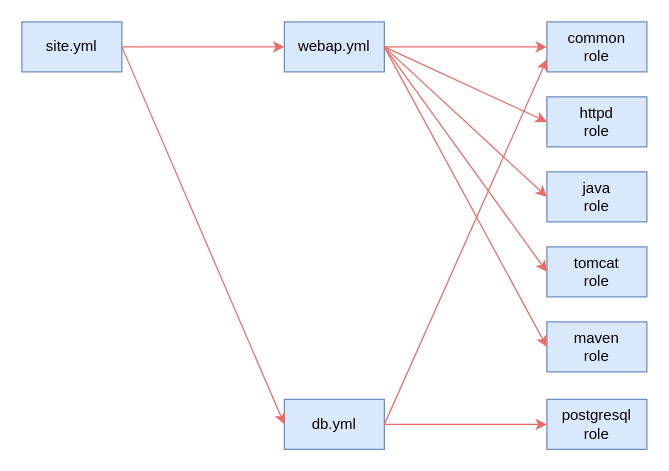
Before: page "ページ3" (3 of 3) of big-ip.drawio in muroya2355/aws_performance_test, a draw.io diagram. Source tidied: cells renumbered, new cells numbered last; positions are measured from the earlier drawing's top-left corner, leaving out a move shared by most shapes. Both pictures are drawn from the tidied source at 125%, with x=0, y=0 at pixel (21, 21).
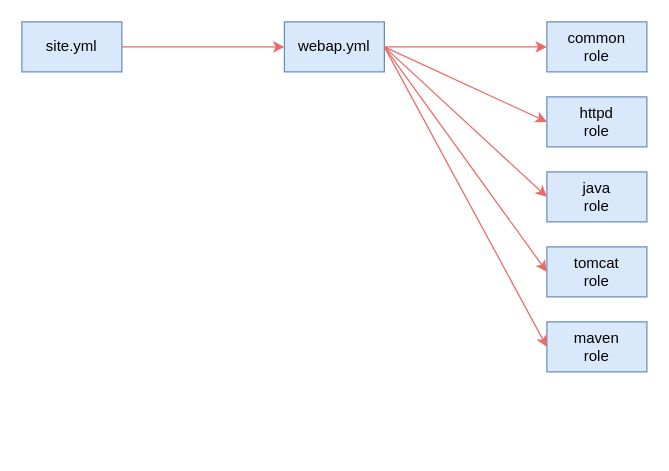
The same page after the edit.

What changed in the source:
```diff
@@
 <mxGraphModel>
   <root>
     <mxCell id="0" />
     <mxCell id="1" parent="0" />
     <mxCell id="2" value="site.yml" style="rounded=0;whiteSpace=wrap;html=1;strokeColor=#6c8ebf;fillColor=#dae8fc;" parent="1" vertex="1">
       <mxGeometry width="80" height="40" as="geometry" />
     </mxCell>
     <mxCell id="3" value="webap.yml" style="rounded=0;whiteSpace=wrap;html=1;strokeColor=#6c8ebf;fillColor=#dae8fc;" parent="1" vertex="1">
       <mxGeometry x="210" width="80" height="40" as="geometry" />
     </mxCell>
-    <mxCell id="4" value="&lt;div&gt;db.yml&lt;/div&gt;" style="rounded=0;whiteSpace=wrap;html=1;strokeColor=#6c8ebf;fillColor=#dae8fc;" parent="1" vertex="1">
-      <mxGeometry x="210" y="302" width="80" height="40" as="geometry" />
-    </mxCell>
     <mxCell id="5" value="&lt;div&gt;common&lt;/div&gt;&lt;div&gt;role&lt;br&gt;&lt;/div&gt;" style="rounded=0;whiteSpace=wrap;html=1;strokeColor=#6c8ebf;fillColor=#dae8fc;" parent="1" vertex="1">
       <mxGeometry x="420" width="80" height="40" as="geometry" />
     </mxCell>
     <mxCell id="6" value="&lt;div&gt;httpd&lt;/div&gt;&lt;div&gt;role&lt;br&gt;&lt;/div&gt;" style="rounded=0;whiteSpace=wrap;html=1;strokeColor=#6c8ebf;fillColor=#dae8fc;" parent="1" vertex="1">
       <mxGeometry x="420" y="60" width="80" height="40" as="geometry" />
     </mxCell>
     <mxCell id="7" value="&lt;div&gt;java&lt;/div&gt;&lt;div&gt;role&lt;br&gt;&lt;/div&gt;" style="rounded=0;whiteSpace=wrap;html=1;strokeColor=#6c8ebf;fillColor=#dae8fc;" parent="1" vertex="1">
       <mxGeometry x="420" y="120" width="80" height="40" as="geometry" />
     </mxCell>
-    <mxCell id="8" value="postgresql&lt;br&gt;role" style="rounded=0;whiteSpace=wrap;html=1;strokeColor=#6c8ebf;fillColor=#dae8fc;" parent="1" vertex="1">
-      <mxGeometry x="420" y="302" width="80" height="40" as="geometry" />
-    </mxCell>
-    <mxCell id="9" style="endArrow=classic;html=1;strokeColor=#EA6B66;fontColor=#EA6B66;exitX=1;exitY=0.5;exitDx=0;exitDy=0;entryX=0;entryY=0.5;entryDx=0;entryDy=0;" parent="1" edge="1" source="2" target="4">
-      <mxGeometry relative="1" as="geometry" />
-    </mxCell>
     <mxCell id="10" style="endArrow=classic;html=1;strokeColor=#EA6B66;fontColor=#EA6B66;exitX=1;exitY=0.5;exitDx=0;exitDy=0;entryX=0;entryY=0.5;entryDx=0;entryDy=0;" parent="1" edge="1" source="2" target="3">
       <mxGeometry relative="1" as="geometry" />
     </mxCell>
-    <mxCell id="11" style="endArrow=classic;html=1;strokeColor=#EA6B66;fontColor=#EA6B66;exitX=1;exitY=0.5;exitDx=0;exitDy=0;entryX=0;entryY=0.75;entryDx=0;entryDy=0;" parent="1" edge="1" source="4" target="5">
-      <mxGeometry relative="1" as="geometry" />
-    </mxCell>
-    <mxCell id="12" style="endArrow=classic;html=1;strokeColor=#EA6B66;fontColor=#EA6B66;exitX=1;exitY=0.5;exitDx=0;exitDy=0;entryX=0;entryY=0.5;entryDx=0;entryDy=0;" parent="1" edge="1" source="4" target="8">
-      <mxGeometry relative="1" as="geometry" />
-    </mxCell>
     <mxCell id="13" style="endArrow=classic;html=1;strokeColor=#EA6B66;fontColor=#EA6B66;exitX=1;exitY=0.5;exitDx=0;exitDy=0;entryX=0;entryY=0.5;entryDx=0;entryDy=0;" parent="1" edge="1" source="3" target="6">
       <mxGeometry relative="1" as="geometry" />
     </mxCell>
     <mxCell id="14" style="endArrow=classic;html=1;strokeColor=#EA6B66;fontColor=#EA6B66;exitX=1;exitY=0.5;exitDx=0;exitDy=0;entryX=0;entryY=0.5;entryDx=0;entryDy=0;" parent="1" edge="1" source="3" target="5">
       <mxGeometry relative="1" as="geometry" />
     </mxCell>
     <mxCell id="15" style="endArrow=classic;html=1;strokeColor=#EA6B66;fontColor=#EA6B66;exitX=1;exitY=0.5;exitDx=0;exitDy=0;entryX=0;entryY=0.5;entryDx=0;entryDy=0;" parent="1" edge="1" source="3" target="7">
       <mxGeometry relative="1" as="geometry" />
     </mxCell>
     <mxCell id="16" value="&lt;div&gt;tomcat&lt;br&gt;&lt;/div&gt;&lt;div&gt;role&lt;br&gt;&lt;/div&gt;" style="rounded=0;whiteSpace=wrap;html=1;strokeColor=#6c8ebf;fillColor=#dae8fc;" parent="1" vertex="1">
       <mxGeometry x="420" y="180" width="80" height="40" as="geometry" />
     </mxCell>
     <mxCell id="17" style="endArrow=classic;html=1;strokeColor=#EA6B66;fontColor=#EA6B66;exitX=1;exitY=0.5;exitDx=0;exitDy=0;entryX=0;entryY=0.5;entryDx=0;entryDy=0;" parent="1" edge="1" source="3" target="16">
       <mxGeometry relative="1" as="geometry" />
     </mxCell>
     <mxCell id="18" value="&lt;div&gt;maven&lt;/div&gt;&lt;div&gt;role&lt;br&gt;&lt;/div&gt;" style="rounded=0;whiteSpace=wrap;html=1;strokeColor=#6c8ebf;fillColor=#dae8fc;" parent="1" vertex="1">
       <mxGeometry x="420" y="240" width="80" height="40" as="geometry" />
     </mxCell>
     <mxCell id="19" style="endArrow=classic;html=1;strokeColor=#EA6B66;fontColor=#EA6B66;exitX=1;exitY=0.5;exitDx=0;exitDy=0;entryX=0;entryY=0.5;entryDx=0;entryDy=0;" parent="1" edge="1" source="3" target="18">
       <mxGeometry relative="1" as="geometry" />
     </mxCell>
   </root>
 </mxGraphModel>
```
